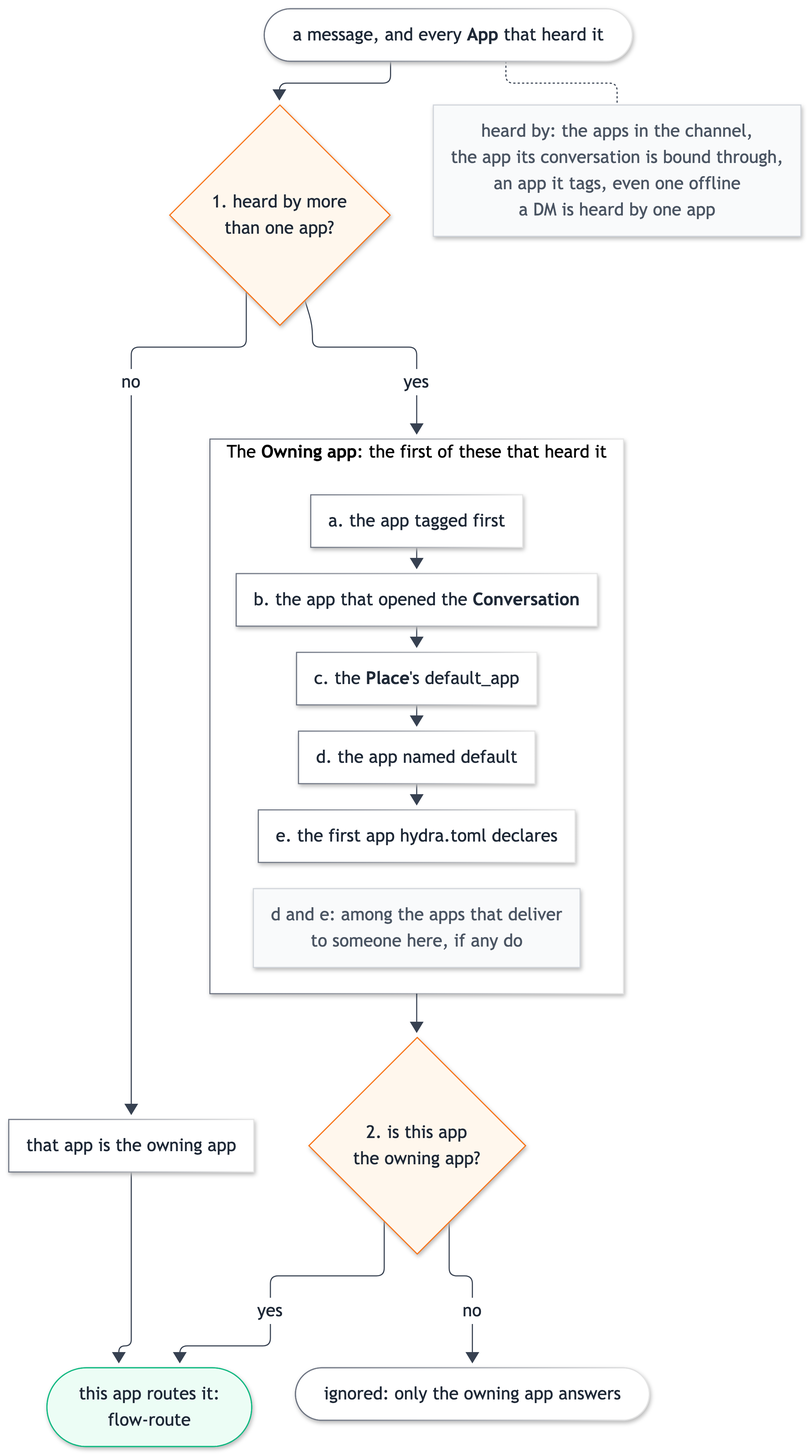
sf8193/hydra keeps this Mermaid diagram as diagrams/flow-route-owning-app.png. Above is the earlier version. Its source is kept beside it as diagrams/flow-route-owning-app.mmd.
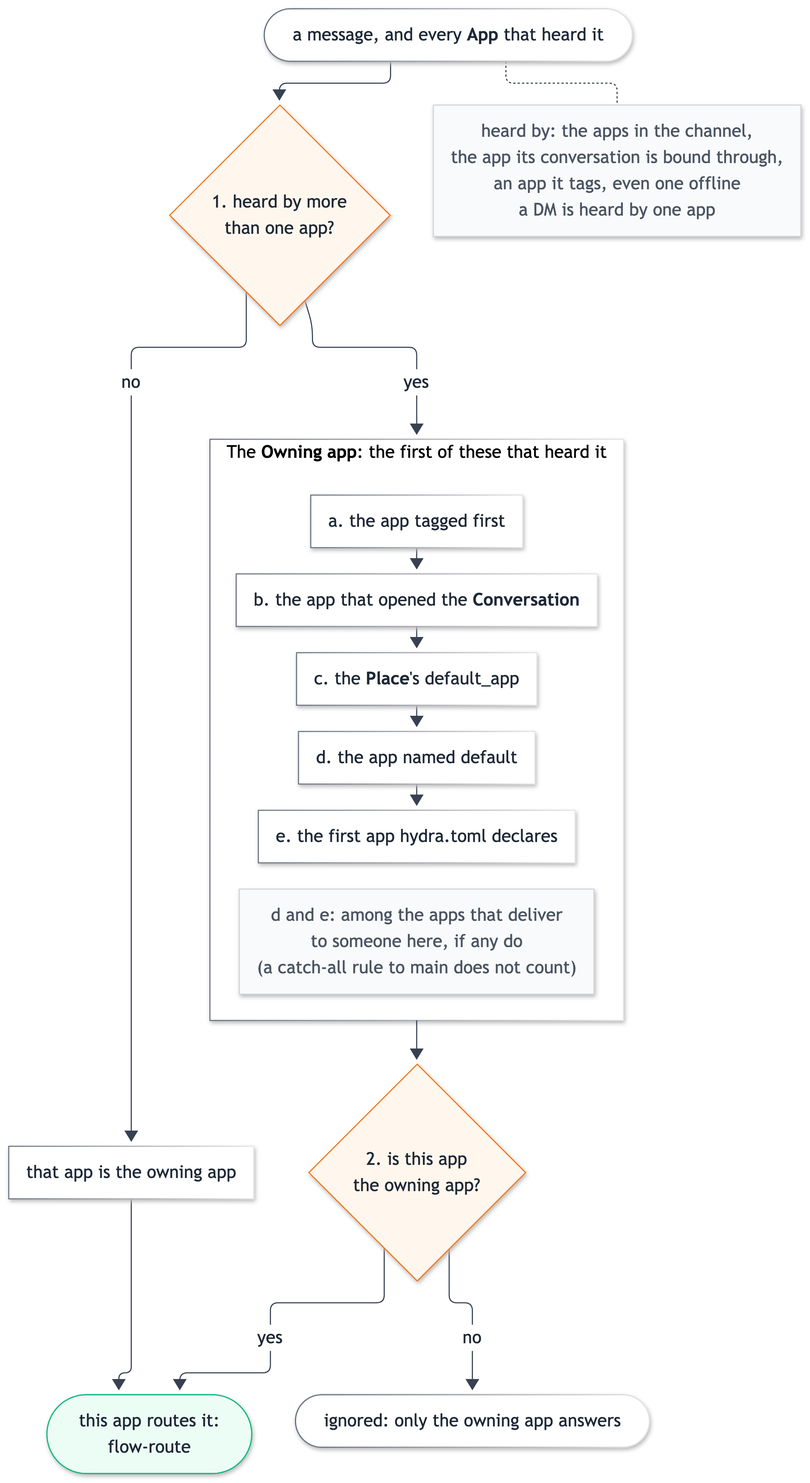
After the commit.

The edit, as a diff of the source:
```diff
@@ -11,7 +11,7 @@
     o3["c. the <b>Place</b>'s default_app"]
     o4["d. the app named default"]
     o5["e. the first app hydra.toml declares"]
-    pool["d and e: among the apps that deliver<br/>to someone here, if any do"]
+    pool["d and e: among the apps that deliver<br/>to someone here, if any do<br/>(a catch-all rule to main does not count)"]
     o1 --> o2 --> o3 --> o4 --> o5 ~~~ pool
   end
   g2{"2. is this app<br/>the owning app?"}
```
